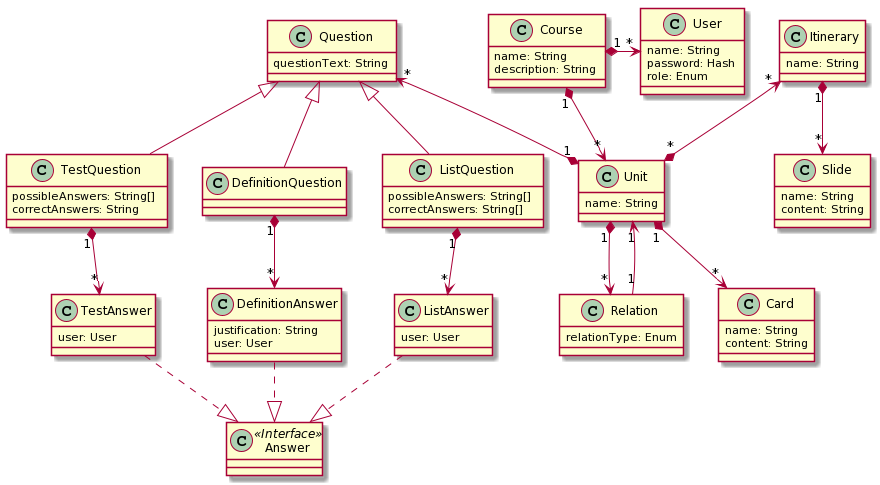
Above: resources/diagrams/database/database.png in codeurjc/santatecla (PlantUML), before the change.
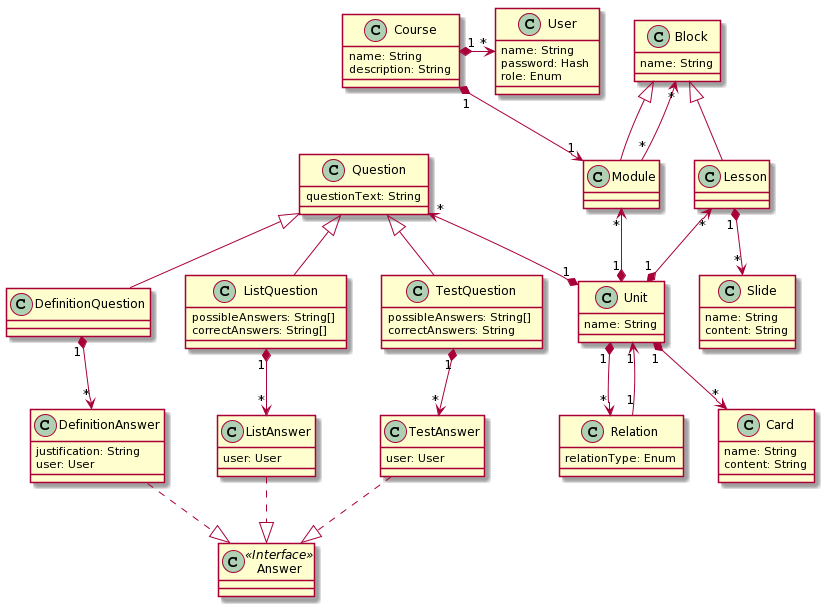
The same diagram one commit later.

Commit message:
doc: Updated Database diagram

Change to the diagram source:
```diff
@@ -11,8 +11,14 @@
   relationType: Enum
 }
 
-class Itinerary {
+class Block{
   name: String
+}
+
+class Module{
+}
+
+class Lesson{
 }
 
 class Slide {
@@ -75,13 +81,19 @@
 
 Relation "1" --> "1" Unit
 
+Block<|-down- Module
+Block<|-down- Lesson
+
+Module "*"-up-> "*" Block
+
 Unit "1" *-down-> "*" Relation
 Unit "1" *-down-> "*" Card
-Unit "*" *-up-> "*" Itinerary
+Unit "1" *-up-> "*" Module
+Unit "1" *-up-> "*" Lesson
 Unit "1" *-up-> "*" Question
 
-Itinerary "1" *-down-> "*" Slide
+Lesson "1" *-down-> "*" Slide
 
-Course "1" *-down-> "*" Unit
+Course "1" *-down-> "1" Module
 Course "1" *-right-> "*" User
 @enduml
```
